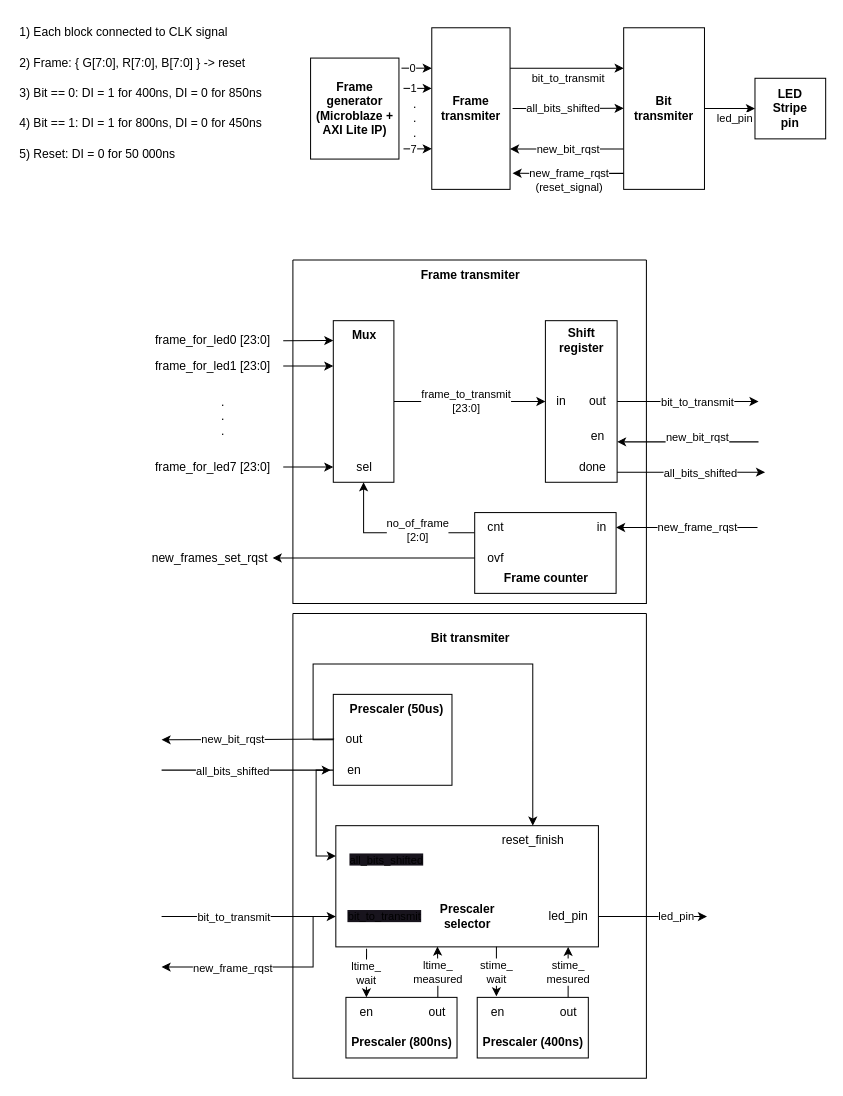
This is LedSnake.drawio from r-smalec/LedSnake, a draw.io file, before an edit. Source tidied: cells renumbered, new cells numbered last; positions are measured from the earlier drawing's top-left corner, leaving out a move shared by most shapes. Both pictures are drawn from the tidied source at 101%, with x=0, y=0 at pixel (17, 17).
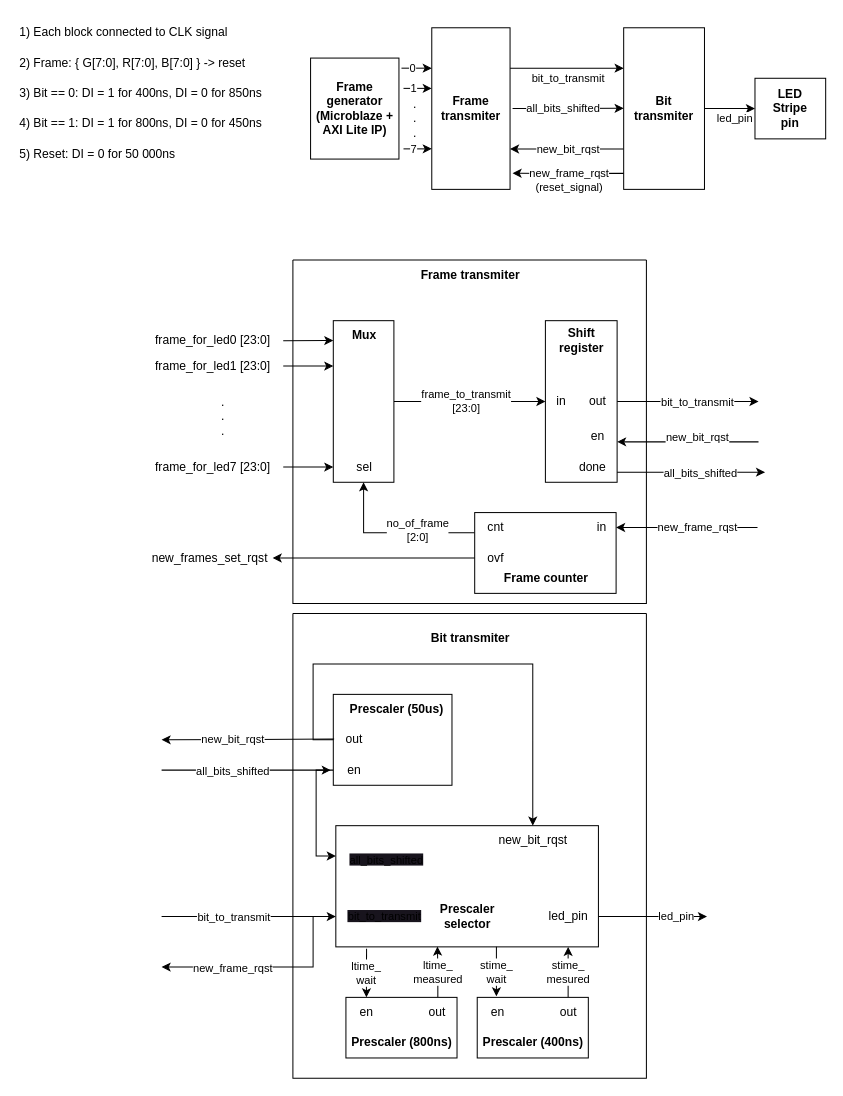
After the change.

Commit message:
Architecture schematic changed

Unchanged cells that the change refers to:
```xml
<mxCell id="56" style="swimlane;startSize=0;" parent="1" vertex="1">
  <mxGeometry x="272.5" y="590" width="350" height="460" as="geometry" />
</mxCell>
```

Diff of the diagram source:
```diff
@@
-    <mxCell id="82" value="reset_finish" style="text;html=1;align=center;verticalAlign=middle;strokeColor=none;fillColor=none;" parent="56" vertex="1">
-      <mxGeometry x="197.5" y="210" width="80" height="30" as="geometry" />
+    <mxCell id="82" value="new_bit_rqst" style="text;html=1;align=center;verticalAlign=middle;strokeColor=none;fillColor=none;" parent="56" vertex="1">
+      <mxGeometry x="192.5" y="210" width="90" height="30" as="geometry" />
     </mxCell>
```
